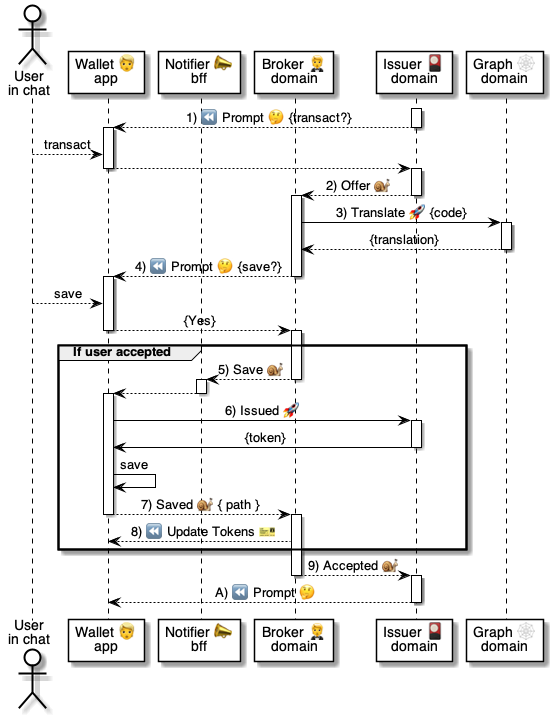
Before: 4 ⚙️ Solution/20 🧑‍🦰 UI/Wallets 🧑‍🦰/🧑‍🦰💬 Wallet chats/...in Prompts 🤔/Save Token 👉🎴🎫/🧑‍🦰 Save token ⚙️ uml.png, a diagram exported from PlantUML (pollyweb-org/pollyweb-docs). Its source is kept beside it as 4 ⚙️ Solution/20 🧑‍🦰 UI/Wallets 🧑‍🦰/🧑‍🦰💬 Wallet chats/...in Prompts 🤔/Save Token 👉🎴🎫/🧑‍🦰 Save token ⚙️ uml.puml. The source it was exported from:
```plantuml
@startuml Accept()


actor "User\nin chat" as user
participant "Wallet 👱\napp" as wallet
participant "Notifier 📣\nbff" as notifier
participant "Broker 🤵\ndomain" as broker
participant "Issuer 🎴\ndomain" as issuer
participant "Graph 🕸\ndomain" as graph


activate issuer
    issuer --> wallet: 1) ⏪ Prompt 🤔 {transact?}
deactivate issuer

activate wallet
    user --> wallet: transact
    wallet --> issuer:
deactivate wallet

activate issuer
    issuer --> broker: 2) Offer 🐌
deactivate issuer

activate broker
    broker -> graph : 3) Translate 🚀 {code}

    activate graph
        graph --> broker: {translation}
    deactivate graph

    broker --> wallet: 4) ⏪ Prompt 🤔 {save?}
deactivate broker

activate wallet
    user --> wallet: save
    wallet --> broker: {Yes}
deactivate wallet

group If user accepted


activate broker
    broker --> notifier: 5) Save 🐌
deactivate broker

activate notifier
    notifier --> wallet
deactivate notifier

activate wallet
    wallet -> issuer: 6) Issued 🚀
    activate issuer
        issuer -> wallet: {token}
    deactivate issuer
    wallet -> wallet: save

    wallet --> broker: 7) Saved 🐌 { path }
deactivate wallet

activate broker
    broker --> wallet: 8) ⏪ Update Tokens 🎫

end group

    broker --> issuer: 9) Accepted 🐌
deactivate broker

activate issuer
    issuer --> wallet: A) ⏪ Prompt 🤔
deactivate issuer


@enduml
```
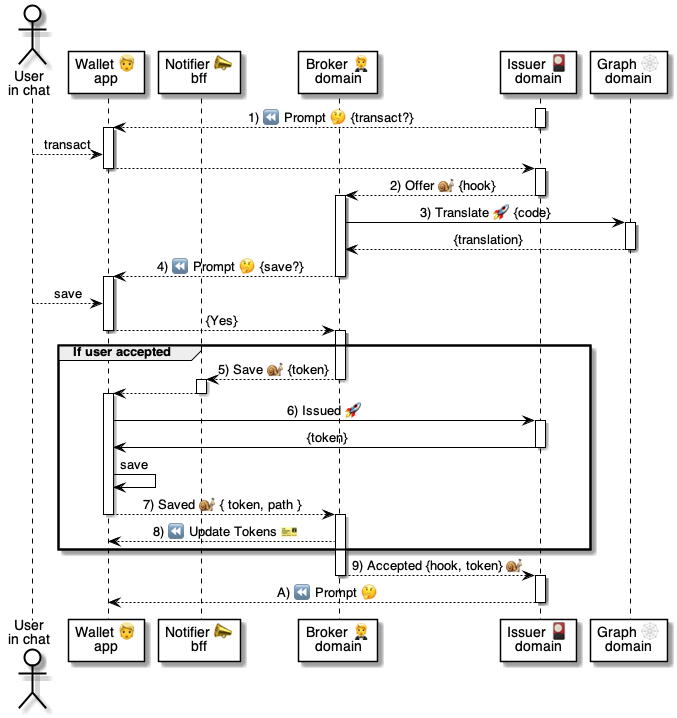
The same file after the commit.

Diff of the diagram source:
```diff
@@ -19,7 +19,7 @@
 deactivate wallet
 
 activate issuer
-    issuer --> broker: 2) Offer 🐌
+    issuer --> broker: 2) Offer 🐌 {hook}
 deactivate issuer
 
 activate broker
@@ -41,7 +41,7 @@
 
 
 activate broker
-    broker --> notifier: 5) Save 🐌
+    broker --> notifier: 5) Save 🐌 {token}
 deactivate broker
 
 activate notifier
@@ -55,7 +55,7 @@
     deactivate issuer
     wallet -> wallet: save
 
-    wallet --> broker: 7) Saved 🐌 { path }
+    wallet --> broker: 7) Saved 🐌 { token, path }
 deactivate wallet
 
 activate broker
@@ -63,7 +63,7 @@
 
 end group
 
-    broker --> issuer: 9) Accepted 🐌
+    broker --> issuer: 9) Accepted {hook, token} 🐌
 deactivate broker
 
 activate issuer
```
